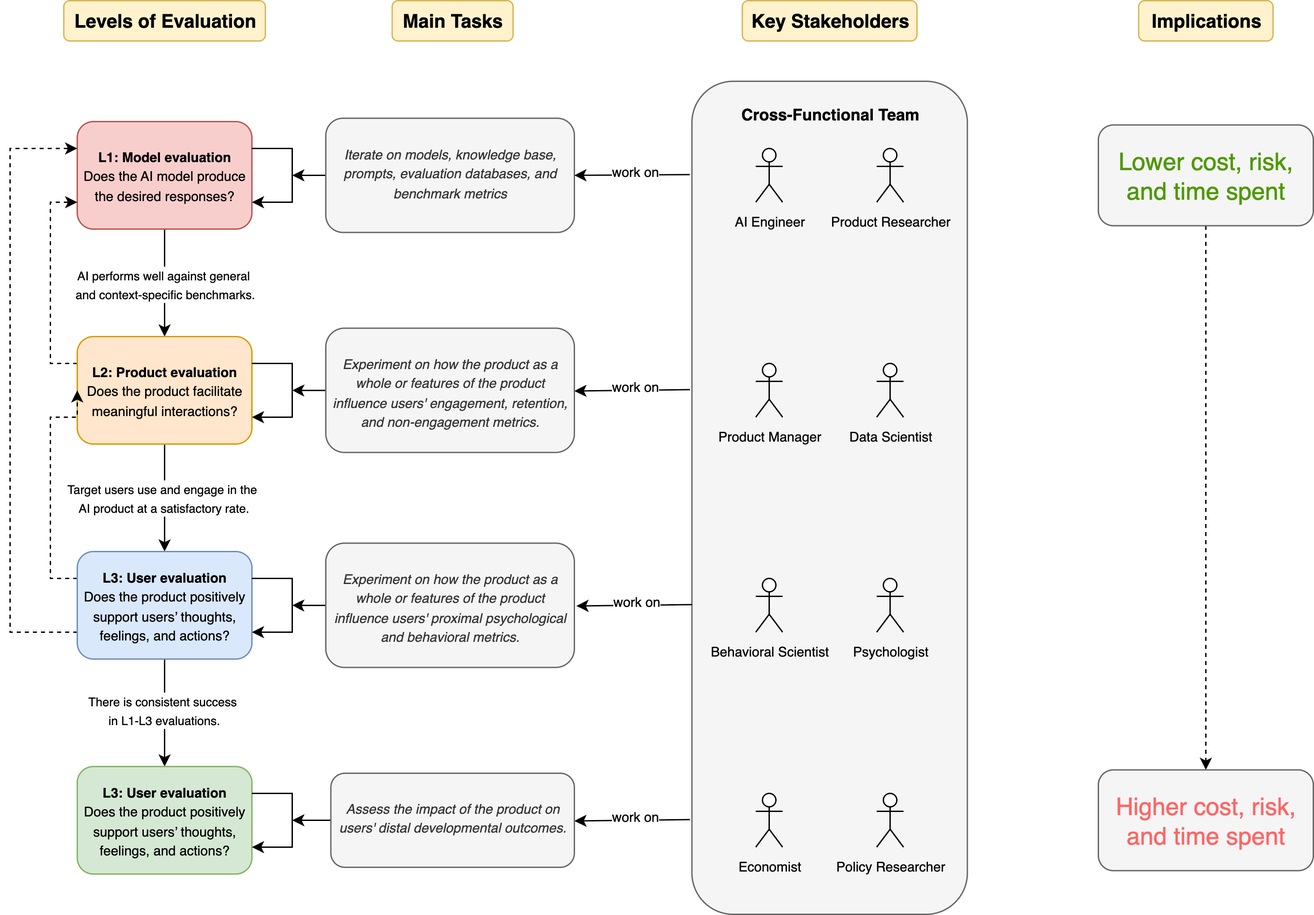
Earlier version of the draw.io export public/four-level-diagram.png (agency-fund/taf-ai-eval-playbook). Source tidied: cells renumbered, new cells last; positions are measured from the earlier drawing's top-left corner, leaving out a move shared by most shapes. Source of this version:
```xml
<mxGraphModel>
  <root>
    <mxCell id="0" />
    <mxCell id="1" parent="0" />
    <mxCell id="2" style="rounded=1;whiteSpace=wrap;html=1;fillColor=#f5f5f5;fontColor=#333333;strokeColor=#666666;" parent="1" vertex="1">
      <mxGeometry x="507.5" y="60" width="205" height="620" as="geometry" />
    </mxCell>
    <mxCell id="3" value="&lt;font style=&quot;font-size: 14px;&quot;&gt;Levels of Evaluation&lt;/font&gt;" style="text;html=1;align=center;verticalAlign=middle;fillColor=#fff2cc;strokeColor=#d6b656;fontStyle=1;rounded=1;" parent="1" vertex="1">
      <mxGeometry x="40" width="150" height="30" as="geometry" />
    </mxCell>
    <mxCell id="4" value="&lt;font style=&quot;font-size: 14px;&quot;&gt;Main Tasks&lt;/font&gt;" style="text;html=1;align=center;verticalAlign=middle;strokeColor=#d6b656;fillColor=#fff2cc;fontStyle=1;rounded=1;" parent="1" vertex="1">
      <mxGeometry x="284.4" width="90" height="30" as="geometry" />
    </mxCell>
    <mxCell id="5" value="&lt;font style=&quot;font-size: 14px;&quot;&gt;Key Stakeholders&lt;/font&gt;" style="text;html=1;align=center;verticalAlign=middle;fillColor=#fff2cc;strokeColor=#d6b656;fontStyle=1;rounded=1;" parent="1" vertex="1">
      <mxGeometry x="545" width="130" height="30" as="geometry" />
    </mxCell>
    <mxCell id="6" value="&lt;font style=&quot;font-size: 14px;&quot;&gt;Implications&lt;/font&gt;" style="text;html=1;align=center;verticalAlign=middle;strokeColor=#d6b656;fillColor=#fff2cc;fontStyle=1;rounded=1;" parent="1" vertex="1">
      <mxGeometry x="840" width="100" height="30" as="geometry" />
    </mxCell>
    <mxCell id="7" style="edgeStyle=orthogonalEdgeStyle;rounded=0;jettySize=auto;html=1;" parent="1" edge="1" source="9" target="13">
      <mxGeometry relative="1" as="geometry" />
    </mxCell>
    <mxCell id="8" value="&lt;font style=&quot;font-size: 9px;&quot;&gt;AI performs well against general&amp;nbsp;&lt;/font&gt;&lt;div&gt;&lt;font style=&quot;font-size: 9px;&quot;&gt;and&amp;nbsp;&lt;span style=&quot;background-color: light-dark(#ffffff, var(--ge-dark-color, #121212)); color: light-dark(rgb(0, 0, 0), rgb(255, 255, 255));&quot;&gt;context-specific benchmarks.&lt;/span&gt;&lt;/font&gt;&lt;/div&gt;" style="edgeLabel;html=1;align=center;verticalAlign=middle;" parent="7" vertex="1">
      <mxGeometry x="0.02" relative="1" as="geometry" />
    </mxCell>
    <mxCell id="9" value="&lt;div&gt;&lt;b&gt;&lt;font style=&quot;font-size: 10px;&quot;&gt;L1: Model evaluation&lt;/font&gt;&lt;/b&gt;&lt;/div&gt;&lt;div&gt;&lt;font style=&quot;font-size: 10px;&quot;&gt;Does the AI model produce the desired responses?&lt;/font&gt;&lt;/div&gt;" style="rounded=1;whiteSpace=wrap;html=1;fillColor=#f8cecc;strokeColor=#b85450;" parent="1" vertex="1">
      <mxGeometry x="50" y="90" width="130" height="80" as="geometry" />
    </mxCell>
    <mxCell id="10" style="edgeStyle=orthogonalEdgeStyle;rounded=0;jettySize=auto;html=1;entryX=0.5;entryY=0;entryDx=0;entryDy=0;" parent="1" edge="1" source="13" target="18">
      <mxGeometry relative="1" as="geometry" />
    </mxCell>
    <mxCell id="11" value="&lt;font style=&quot;font-size: 9px;&quot;&gt;Target users use and engage in the&amp;nbsp;&lt;/font&gt;&lt;div&gt;&lt;font style=&quot;font-size: 9px;&quot;&gt;AI product at a satisfactory rate.&lt;/font&gt;&lt;/div&gt;" style="edgeLabel;html=1;align=center;verticalAlign=middle;" parent="10" vertex="1">
      <mxGeometry x="-0.01" y="-1" relative="1" as="geometry" />
    </mxCell>
    <mxCell id="12" style="edgeStyle=orthogonalEdgeStyle;rounded=0;jettySize=auto;html=1;curved=0;dashed=1;" parent="1" edge="1" source="13">
      <mxGeometry relative="1" as="geometry">
        <mxPoint x="50" y="150" as="targetPoint" />
        <Array as="points">
          <mxPoint x="30" y="270" />
          <mxPoint x="30" y="150" />
          <mxPoint x="50" y="150" />
        </Array>
      </mxGeometry>
    </mxCell>
    <mxCell id="13" value="&lt;div&gt;&lt;span style=&quot;font-size: 10px;&quot;&gt;&lt;b&gt;L2: Product evaluation&lt;/b&gt;&lt;/span&gt;&lt;/div&gt;&lt;div&gt;&lt;span style=&quot;font-size: 10px;&quot;&gt;Does the product facilitate meaningful interactions?&lt;/span&gt;&lt;/div&gt;" style="rounded=1;whiteSpace=wrap;html=1;fillColor=#ffe6cc;strokeColor=#d79b00;" parent="1" vertex="1">
      <mxGeometry x="50" y="250" width="130" height="80" as="geometry" />
    </mxCell>
    <mxCell id="14" style="edgeStyle=orthogonalEdgeStyle;rounded=0;jettySize=auto;html=1;entryX=0.5;entryY=0;entryDx=0;entryDy=0;" parent="1" edge="1" source="18" target="19">
      <mxGeometry relative="1" as="geometry" />
    </mxCell>
    <mxCell id="15" value="&lt;font style=&quot;font-size: 9px;&quot;&gt;There is consistent success&lt;/font&gt;&lt;div&gt;&lt;font style=&quot;font-size: 9px;&quot;&gt;&amp;nbsp;in L1-L3 evaluations.&lt;/font&gt;&lt;/div&gt;" style="edgeLabel;html=1;align=center;verticalAlign=middle;" parent="14" vertex="1">
      <mxGeometry x="-0.06" y="-2" relative="1" as="geometry" />
    </mxCell>
    <mxCell id="16" style="edgeStyle=orthogonalEdgeStyle;rounded=0;jettySize=auto;html=1;curved=0;dashed=1;" parent="1" edge="1" source="18">
      <mxGeometry relative="1" as="geometry">
        <mxPoint x="50" y="110" as="targetPoint" />
        <Array as="points">
          <mxPoint y="470" />
          <mxPoint y="110" />
          <mxPoint x="50" y="110" />
        </Array>
      </mxGeometry>
    </mxCell>
    <mxCell id="17" style="edgeStyle=orthogonalEdgeStyle;rounded=0;jettySize=auto;html=1;entryX=0;entryY=0.5;entryDx=0;entryDy=0;curved=0;strokeColor=default;dashed=1;" parent="1" edge="1" source="18" target="13">
      <mxGeometry relative="1" as="geometry">
        <Array as="points">
          <mxPoint x="30" y="430" />
          <mxPoint x="30" y="310" />
          <mxPoint x="50" y="310" />
        </Array>
      </mxGeometry>
    </mxCell>
    <mxCell id="18" value="&lt;div&gt;&lt;span style=&quot;font-size: 10px;&quot;&gt;&lt;b&gt;L3: User evaluation&lt;/b&gt;&lt;/span&gt;&lt;/div&gt;&lt;div&gt;&lt;span style=&quot;font-size: 10px;&quot;&gt;Does the product positively support users’ thoughts, feelings, and actions?&lt;/span&gt;&lt;/div&gt;" style="rounded=1;whiteSpace=wrap;html=1;fillColor=#dae8fc;strokeColor=#6c8ebf;" parent="1" vertex="1">
      <mxGeometry x="50" y="410" width="130" height="80" as="geometry" />
    </mxCell>
    <mxCell id="19" value="&lt;div&gt;&lt;span style=&quot;font-size: 10px;&quot;&gt;&lt;b&gt;L3: User evaluation&lt;/b&gt;&lt;/span&gt;&lt;/div&gt;&lt;div&gt;&lt;span style=&quot;font-size: 10px;&quot;&gt;Does the product positively support users’ thoughts, feelings, and actions?&lt;/span&gt;&lt;/div&gt;" style="rounded=1;whiteSpace=wrap;html=1;fillColor=#d5e8d4;strokeColor=#82b366;" parent="1" vertex="1">
      <mxGeometry x="50" y="570" width="130" height="80" as="geometry" />
    </mxCell>
    <mxCell id="20" style="edgeStyle=orthogonalEdgeStyle;rounded=0;orthogonalLoop=1;jettySize=auto;html=1;exitX=1;exitY=0.25;exitDx=0;exitDy=0;entryX=1;entryY=0.75;entryDx=0;entryDy=0;" parent="1" edge="1" source="9" target="9">
      <mxGeometry relative="1" as="geometry">
        <Array as="points">
          <mxPoint x="210" y="110" />
          <mxPoint x="210" y="150" />
        </Array>
      </mxGeometry>
    </mxCell>
    <mxCell id="21" style="edgeStyle=orthogonalEdgeStyle;rounded=0;orthogonalLoop=1;jettySize=auto;html=1;exitX=1;exitY=0.25;exitDx=0;exitDy=0;entryX=1;entryY=0.75;entryDx=0;entryDy=0;" parent="1" edge="1">
      <mxGeometry relative="1" as="geometry">
        <mxPoint x="180" y="270" as="sourcePoint" />
        <mxPoint x="180" y="310" as="targetPoint" />
        <Array as="points">
          <mxPoint x="210" y="270" />
          <mxPoint x="210" y="310" />
        </Array>
      </mxGeometry>
    </mxCell>
    <mxCell id="22" style="edgeStyle=orthogonalEdgeStyle;rounded=0;orthogonalLoop=1;jettySize=auto;html=1;exitX=1;exitY=0.25;exitDx=0;exitDy=0;entryX=1;entryY=0.75;entryDx=0;entryDy=0;" parent="1" edge="1">
      <mxGeometry relative="1" as="geometry">
        <mxPoint x="180" y="430" as="sourcePoint" />
        <mxPoint x="180" y="470" as="targetPoint" />
        <Array as="points">
          <mxPoint x="210" y="430" />
          <mxPoint x="210" y="470" />
        </Array>
      </mxGeometry>
    </mxCell>
    <mxCell id="23" style="edgeStyle=orthogonalEdgeStyle;rounded=0;orthogonalLoop=1;jettySize=auto;html=1;exitX=1;exitY=0.25;exitDx=0;exitDy=0;entryX=1;entryY=0.75;entryDx=0;entryDy=0;" parent="1" edge="1">
      <mxGeometry relative="1" as="geometry">
        <mxPoint x="180" y="590" as="sourcePoint" />
        <mxPoint x="180" y="630" as="targetPoint" />
        <Array as="points">
          <mxPoint x="210" y="590" />
          <mxPoint x="210" y="630" />
        </Array>
      </mxGeometry>
    </mxCell>
    <mxCell id="24" style="edgeStyle=orthogonalEdgeStyle;rounded=0;jettySize=auto;html=1;exitX=0;exitY=0.5;exitDx=0;exitDy=0;" parent="1" edge="1" source="25">
      <mxGeometry relative="1" as="geometry">
        <mxPoint x="210" y="130.1" as="targetPoint" />
      </mxGeometry>
    </mxCell>
    <mxCell id="25" value="&lt;p dir=&quot;auto&quot;&gt;&lt;font style=&quot;font-size: 10px;&quot;&gt;&lt;i&gt;Iterate on models, knowledge base, prompts, evaluation databases, and benchmark metrics&lt;/i&gt;&lt;/font&gt;&lt;/p&gt;" style="text;whiteSpace=wrap;html=1;fillColor=#f5f5f5;strokeColor=#666666;align=center;fontColor=#333333;rounded=1;glass=0;shadow=0;" parent="1" vertex="1">
      <mxGeometry x="235" y="87.5" width="185" height="85" as="geometry" />
    </mxCell>
    <mxCell id="26" style="edgeStyle=orthogonalEdgeStyle;rounded=0;jettySize=auto;html=1;" parent="1" edge="1" source="27">
      <mxGeometry relative="1" as="geometry">
        <mxPoint x="210" y="290" as="targetPoint" />
      </mxGeometry>
    </mxCell>
    <mxCell id="27" value="&lt;p dir=&quot;auto&quot;&gt;&lt;font style=&quot;font-size: 10px;&quot;&gt;&lt;i&gt;Experiment on how  the product as a whole or features of the product influence users' engagement, retention, and non-engagement metrics.&lt;/i&gt;&lt;/font&gt;&lt;/p&gt;" style="text;whiteSpace=wrap;html=1;fillColor=#f5f5f5;strokeColor=#666666;align=center;fontColor=#333333;rounded=1;" parent="1" vertex="1">
      <mxGeometry x="235" y="243.8" width="185" height="92.5" as="geometry" />
    </mxCell>
    <mxCell id="28" style="edgeStyle=orthogonalEdgeStyle;rounded=0;jettySize=auto;html=1;" parent="1" edge="1" source="29">
      <mxGeometry relative="1" as="geometry">
        <mxPoint x="210" y="450" as="targetPoint" />
      </mxGeometry>
    </mxCell>
    <mxCell id="29" value="&lt;p dir=&quot;auto&quot;&gt;&lt;font style=&quot;font-size: 10px;&quot;&gt;&lt;i&gt;Experiment on how  the product as a whole or features of the product influence users' proximal psychological and behavioral metrics.&lt;/i&gt;&lt;/font&gt;&lt;/p&gt;" style="text;whiteSpace=wrap;html=1;fillColor=#f5f5f5;strokeColor=#666666;align=center;fontColor=#333333;rounded=1;" parent="1" vertex="1">
      <mxGeometry x="235" y="403.8" width="185" height="92.5" as="geometry" />
    </mxCell>
    <mxCell id="30" style="edgeStyle=orthogonalEdgeStyle;rounded=0;jettySize=auto;html=1;" parent="1" edge="1" source="31">
      <mxGeometry relative="1" as="geometry">
        <mxPoint x="210" y="610" as="targetPoint" />
      </mxGeometry>
    </mxCell>
    <mxCell id="31" value="&lt;p dir=&quot;auto&quot;&gt;&lt;font style=&quot;font-size: 10px;&quot;&gt;&lt;i&gt;Assess the impact of the product on users' distal developmental outcomes.&lt;/i&gt;&lt;/font&gt;&lt;/p&gt;" style="text;whiteSpace=wrap;html=1;fillColor=#f5f5f5;strokeColor=#666666;align=center;fontColor=#333333;rounded=1;" parent="1" vertex="1">
      <mxGeometry x="238.8" y="575" width="181.2" height="70" as="geometry" />
    </mxCell>
    <mxCell id="32" value="&lt;font style=&quot;font-size: 10px;&quot;&gt;AI Engineer&lt;/font&gt;" style="shape=umlActor;verticalLabelPosition=bottom;verticalAlign=top;html=1;" parent="1" vertex="1">
      <mxGeometry x="555" y="110" width="20" height="40" as="geometry" />
    </mxCell>
    <mxCell id="33" value="&lt;font style=&quot;font-size: 10px;&quot;&gt;Product Researcher&lt;/font&gt;" style="shape=umlActor;verticalLabelPosition=bottom;verticalAlign=top;html=1;" parent="1" vertex="1">
      <mxGeometry x="645" y="110" width="20" height="40" as="geometry" />
    </mxCell>
    <mxCell id="34" value="&lt;font style=&quot;font-size: 10px;&quot;&gt;Product Manager&lt;/font&gt;" style="shape=umlActor;verticalLabelPosition=bottom;verticalAlign=top;html=1;" parent="1" vertex="1">
      <mxGeometry x="555" y="270" width="20" height="40" as="geometry" />
    </mxCell>
    <mxCell id="35" value="&lt;font style=&quot;font-size: 10px;&quot;&gt;Data Scientist&lt;/font&gt;" style="shape=umlActor;verticalLabelPosition=bottom;verticalAlign=top;html=1;" parent="1" vertex="1">
      <mxGeometry x="645" y="270" width="20" height="40" as="geometry" />
    </mxCell>
    <mxCell id="36" value="&lt;font style=&quot;font-size: 10px;&quot;&gt;Behavioral Scientist&lt;/font&gt;" style="shape=umlActor;verticalLabelPosition=bottom;verticalAlign=top;html=1;" parent="1" vertex="1">
      <mxGeometry x="555" y="430" width="20" height="40" as="geometry" />
    </mxCell>
    <mxCell id="37" value="&lt;font style=&quot;font-size: 10px;&quot;&gt;Psychologist&lt;/font&gt;" style="shape=umlActor;verticalLabelPosition=bottom;verticalAlign=top;html=1;" parent="1" vertex="1">
      <mxGeometry x="645" y="430" width="20" height="40" as="geometry" />
    </mxCell>
    <mxCell id="38" value="&lt;font style=&quot;font-size: 10px;&quot;&gt;Economist&lt;/font&gt;" style="shape=umlActor;verticalLabelPosition=bottom;verticalAlign=top;html=1;" parent="1" vertex="1">
      <mxGeometry x="555" y="590" width="20" height="40" as="geometry" />
    </mxCell>
    <mxCell id="39" value="&lt;font style=&quot;font-size: 10px;&quot;&gt;Policy Researcher&lt;/font&gt;" style="shape=umlActor;verticalLabelPosition=bottom;verticalAlign=top;html=1;" parent="1" vertex="1">
      <mxGeometry x="645" y="590" width="20" height="40" as="geometry" />
    </mxCell>
    <mxCell id="40" value="Cross-Functional Team" style="text;html=1;align=center;verticalAlign=middle;whiteSpace=wrap;rounded=0;fontStyle=1;" parent="1" vertex="1">
      <mxGeometry x="542.5" y="70" width="135" height="30" as="geometry" />
    </mxCell>
    <mxCell id="41" style="endArrow=classic;html=1;rounded=0;entryX=1;entryY=0.5;entryDx=0;entryDy=0;exitX=-0.008;exitY=0.112;exitDx=0;exitDy=0;exitPerimeter=0;" parent="1" edge="1" source="2" target="25">
      <mxGeometry relative="1" as="geometry" />
    </mxCell>
    <mxCell id="42" value="work on" style="edgeLabel;html=1;align=center;verticalAlign=middle;fontSize=10;" parent="41" vertex="1">
      <mxGeometry x="-0.04" y="-4" relative="1" as="geometry" />
    </mxCell>
    <mxCell id="43" style="endArrow=classic;html=1;rounded=0;entryX=1;entryY=0.5;entryDx=0;entryDy=0;exitX=-0.008;exitY=0.112;exitDx=0;exitDy=0;exitPerimeter=0;" parent="1" edge="1">
      <mxGeometry relative="1" as="geometry">
        <mxPoint x="506" y="289.5" as="sourcePoint" />
        <mxPoint x="420" y="290.5" as="targetPoint" />
      </mxGeometry>
    </mxCell>
    <mxCell id="44" value="work on" style="edgeLabel;html=1;align=center;verticalAlign=middle;fontSize=10;" parent="43" vertex="1">
      <mxGeometry x="-0.04" y="-4" relative="1" as="geometry" />
    </mxCell>
    <mxCell id="45" style="endArrow=classic;html=1;rounded=0;entryX=1;entryY=0.5;entryDx=0;entryDy=0;exitX=-0.008;exitY=0.112;exitDx=0;exitDy=0;exitPerimeter=0;" parent="1" edge="1">
      <mxGeometry relative="1" as="geometry">
        <mxPoint x="507.5" y="449.5" as="sourcePoint" />
        <mxPoint x="421.5" y="450.5" as="targetPoint" />
      </mxGeometry>
    </mxCell>
    <mxCell id="46" value="work on" style="edgeLabel;html=1;align=center;verticalAlign=middle;fontSize=10;" parent="45" vertex="1">
      <mxGeometry x="-0.04" y="-4" relative="1" as="geometry" />
    </mxCell>
    <mxCell id="47" style="endArrow=classic;html=1;rounded=0;entryX=1;entryY=0.5;entryDx=0;entryDy=0;exitX=-0.008;exitY=0.112;exitDx=0;exitDy=0;exitPerimeter=0;" parent="1" edge="1">
      <mxGeometry relative="1" as="geometry">
        <mxPoint x="506" y="609.5" as="sourcePoint" />
        <mxPoint x="420" y="610.5" as="targetPoint" />
      </mxGeometry>
    </mxCell>
    <mxCell id="48" value="work on" style="edgeLabel;html=1;align=center;verticalAlign=middle;fontSize=10;" parent="47" vertex="1">
      <mxGeometry x="-0.04" y="-4" relative="1" as="geometry" />
    </mxCell>
    <mxCell id="49" style="edgeStyle=orthogonalEdgeStyle;rounded=0;jettySize=auto;html=1;dashed=1;" parent="1" edge="1" source="50" target="51">
      <mxGeometry relative="1" as="geometry" />
    </mxCell>
    <mxCell id="50" value="&lt;font style=&quot;color: rgb(77, 153, 0);&quot;&gt;&lt;font style=&quot;font-size: 18px;&quot;&gt;Lower&lt;/font&gt;&lt;font style=&quot;font-size: 18px;&quot;&gt; cost, risk, and time spent&lt;/font&gt;&lt;/font&gt;" style="text;html=1;align=center;verticalAlign=middle;whiteSpace=wrap;rounded=1;fillColor=#f5f5f5;fontColor=#333333;strokeColor=#666666;" parent="1" vertex="1">
      <mxGeometry x="810" y="92.5" width="160" height="75" as="geometry" />
    </mxCell>
    <mxCell id="51" value="&lt;font style=&quot;font-size: 18px; color: rgb(255, 102, 102);&quot;&gt;Higher cost, risk, and time spent&lt;/font&gt;" style="text;html=1;align=center;verticalAlign=middle;whiteSpace=wrap;rounded=1;fillColor=#f5f5f5;strokeColor=#666666;fontColor=#333333;" parent="1" vertex="1">
      <mxGeometry x="810" y="572.5" width="160" height="75" as="geometry" />
    </mxCell>
  </root>
</mxGraphModel>
```
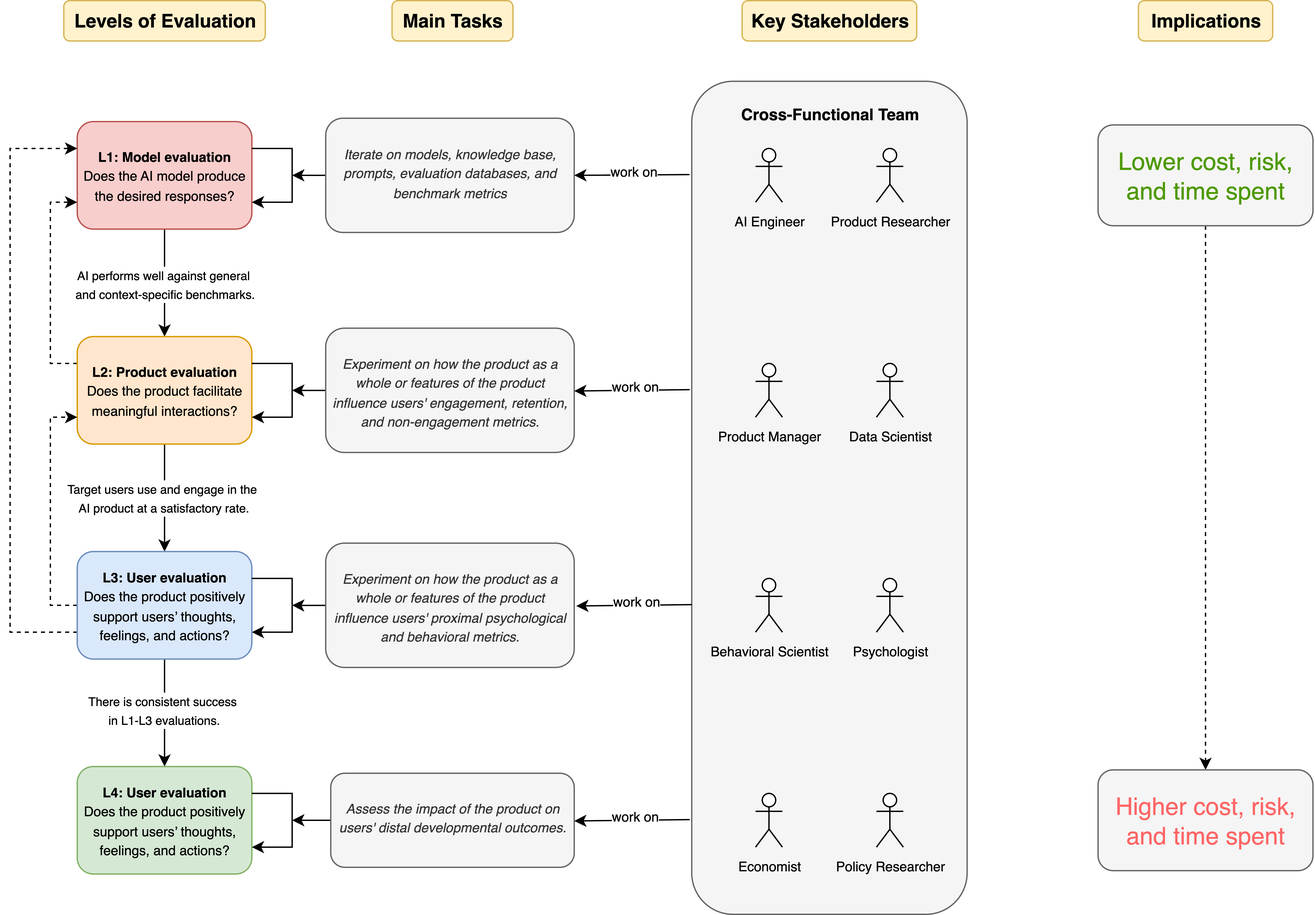
The same file after the commit.

The edit, as a diff of the source:
```diff
@@ -61,10 +61,11 @@
         </Array>
       </mxGeometry>
     </mxCell>
-    <mxCell id="17" style="edgeStyle=orthogonalEdgeStyle;rounded=0;jettySize=auto;html=1;entryX=0;entryY=0.5;entryDx=0;entryDy=0;curved=0;strokeColor=default;dashed=1;" parent="1" edge="1" source="18" target="13">
+    <mxCell id="17" style="edgeStyle=orthogonalEdgeStyle;rounded=0;jettySize=auto;html=1;curved=0;strokeColor=default;dashed=1;" parent="1" edge="1" source="18">
       <mxGeometry relative="1" as="geometry">
+        <mxPoint x="50" y="310" as="targetPoint" />
         <Array as="points">
-          <mxPoint x="30" y="430" />
+          <mxPoint x="30" y="450" />
           <mxPoint x="30" y="310" />
           <mxPoint x="50" y="310" />
         </Array>
@@ -73,7 +74,7 @@
     <mxCell id="18" value="&lt;div&gt;&lt;span style=&quot;font-size: 10px;&quot;&gt;&lt;b&gt;L3: User evaluation&lt;/b&gt;&lt;/span&gt;&lt;/div&gt;&lt;div&gt;&lt;span style=&quot;font-size: 10px;&quot;&gt;Does the product positively support users’ thoughts, feelings, and actions?&lt;/span&gt;&lt;/div&gt;" style="rounded=1;whiteSpace=wrap;html=1;fillColor=#dae8fc;strokeColor=#6c8ebf;" parent="1" vertex="1">
       <mxGeometry x="50" y="410" width="130" height="80" as="geometry" />
     </mxCell>
-    <mxCell id="19" value="&lt;div&gt;&lt;span style=&quot;font-size: 10px;&quot;&gt;&lt;b&gt;L3: User evaluation&lt;/b&gt;&lt;/span&gt;&lt;/div&gt;&lt;div&gt;&lt;span style=&quot;font-size: 10px;&quot;&gt;Does the product positively support users’ thoughts, feelings, and actions?&lt;/span&gt;&lt;/div&gt;" style="rounded=1;whiteSpace=wrap;html=1;fillColor=#d5e8d4;strokeColor=#82b366;" parent="1" vertex="1">
+    <mxCell id="19" value="&lt;div&gt;&lt;span style=&quot;font-size: 10px;&quot;&gt;&lt;b&gt;L4: User evaluation&lt;/b&gt;&lt;/span&gt;&lt;/div&gt;&lt;div&gt;&lt;span style=&quot;font-size: 10px;&quot;&gt;Does the product positively support users’ thoughts, feelings, and actions?&lt;/span&gt;&lt;/div&gt;" style="rounded=1;whiteSpace=wrap;html=1;fillColor=#d5e8d4;strokeColor=#82b366;" parent="1" vertex="1">
       <mxGeometry x="50" y="570" width="130" height="80" as="geometry" />
     </mxCell>
     <mxCell id="20" style="edgeStyle=orthogonalEdgeStyle;rounded=0;orthogonalLoop=1;jettySize=auto;html=1;exitX=1;exitY=0.25;exitDx=0;exitDy=0;entryX=1;entryY=0.75;entryDx=0;entryDy=0;" parent="1" edge="1" source="9" target="9">
```
